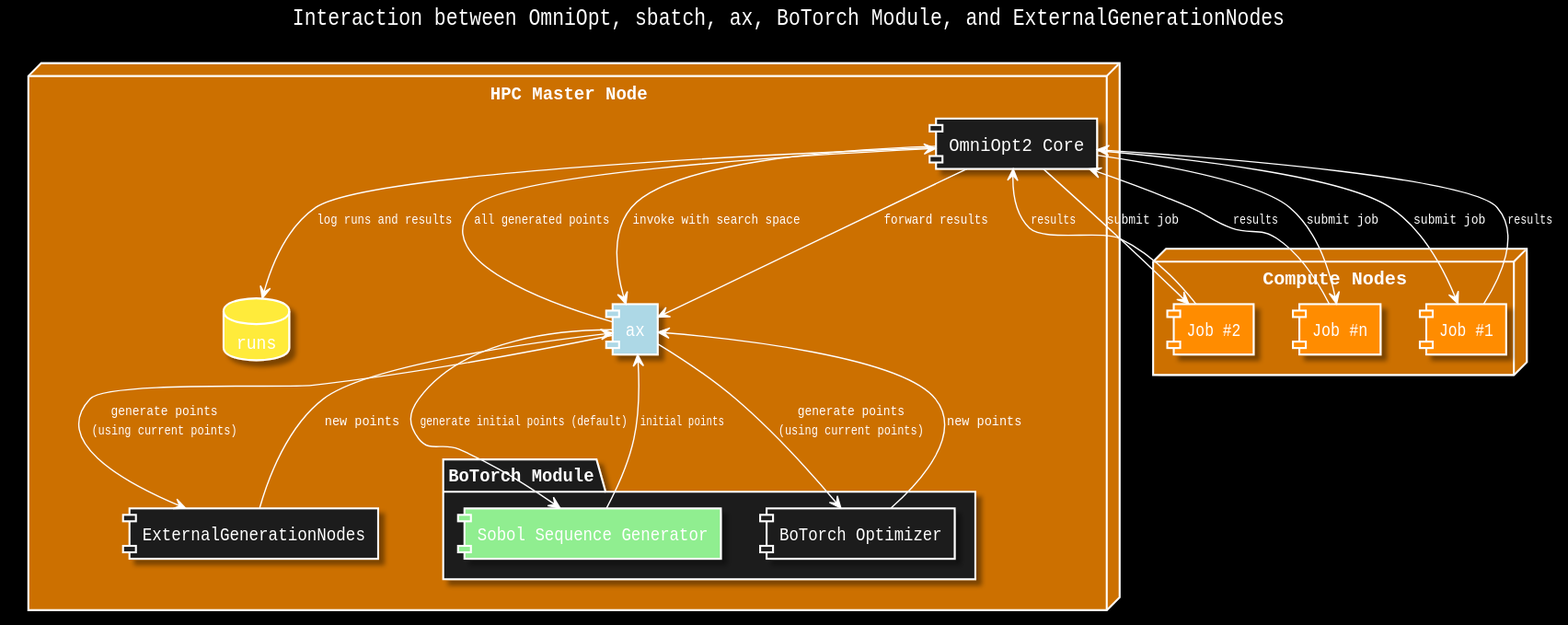
Above: .gui/documentation/output_dark_slurm/slurm.svg in NormanTUD/OmniOpt (PlantUML), before the change.
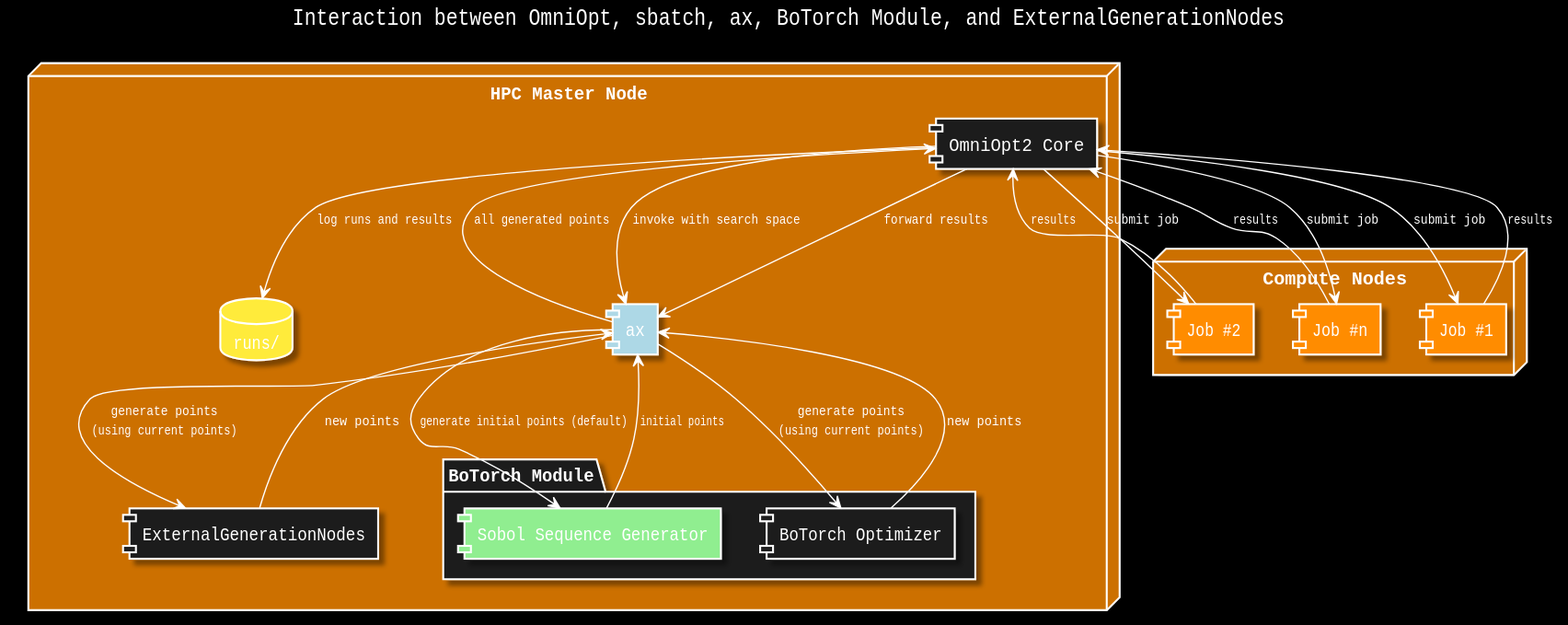
Above is the later version.

Diff of the diagram source:
```diff
@@ -10,7 +10,7 @@
 
   skinparam componentBackgroundColor #1e1e1e
   skinparam nodeBackgroundColor #CC7000
-  skinparam databaseBackgroundColor #003166
+  skinparam databaseBackgroundColor #003366
   skinparam packageBackgroundColor #1e1e1e
   skinparam cloudBackgroundColor #1e1e1e
 
@@ -38,7 +38,7 @@
 
   component "ExternalGenerationNodes" as external_nodes
 
-  database "runs" as db_runs #FFEB3B
+  database "runs/" as db_runs #FFEB3B
 }
 
 node "Compute Nodes" as ComputeNodes {
```
